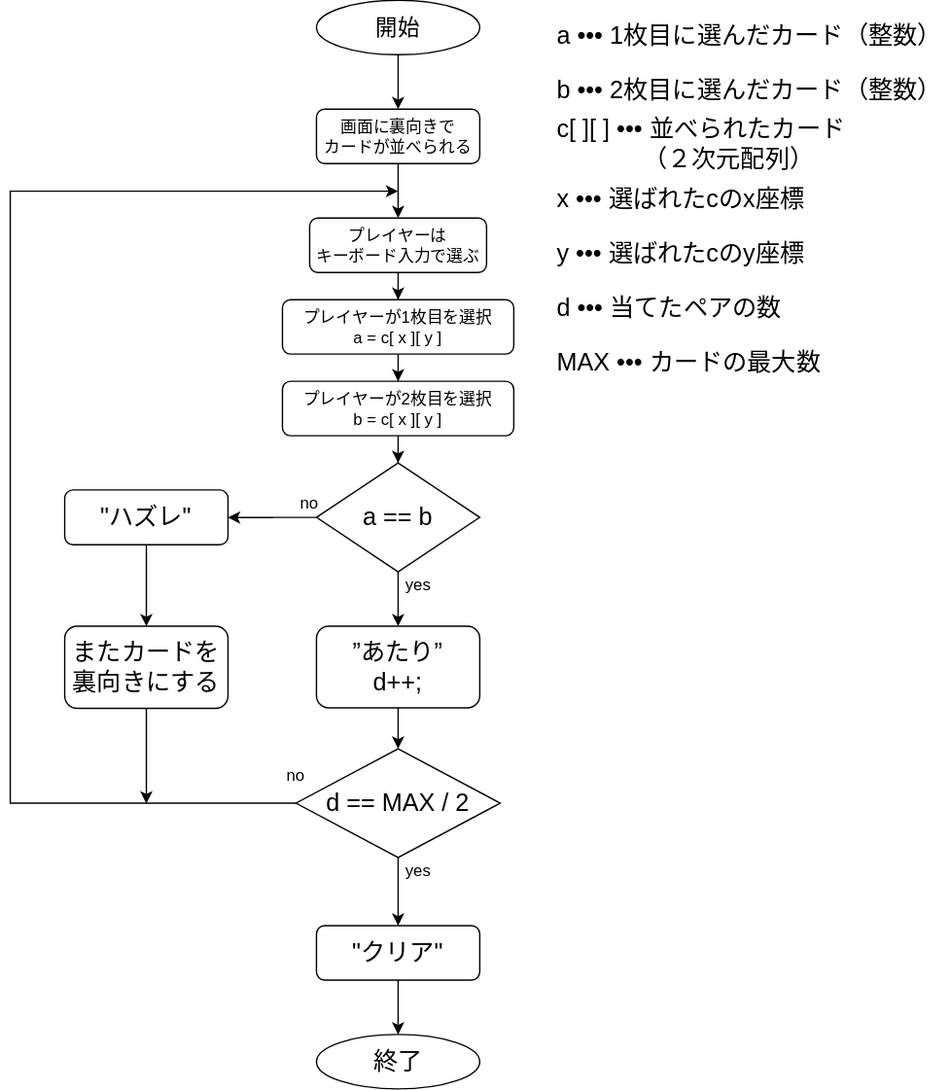
The draw.io diagram NervousBreakdown/神経衰弱.svg in tiru1022/testes, before a commit. Source tidied: cells renumbered, new cells last; positions are measured from the earlier drawing's top-left corner, leaving out a move shared by most shapes.
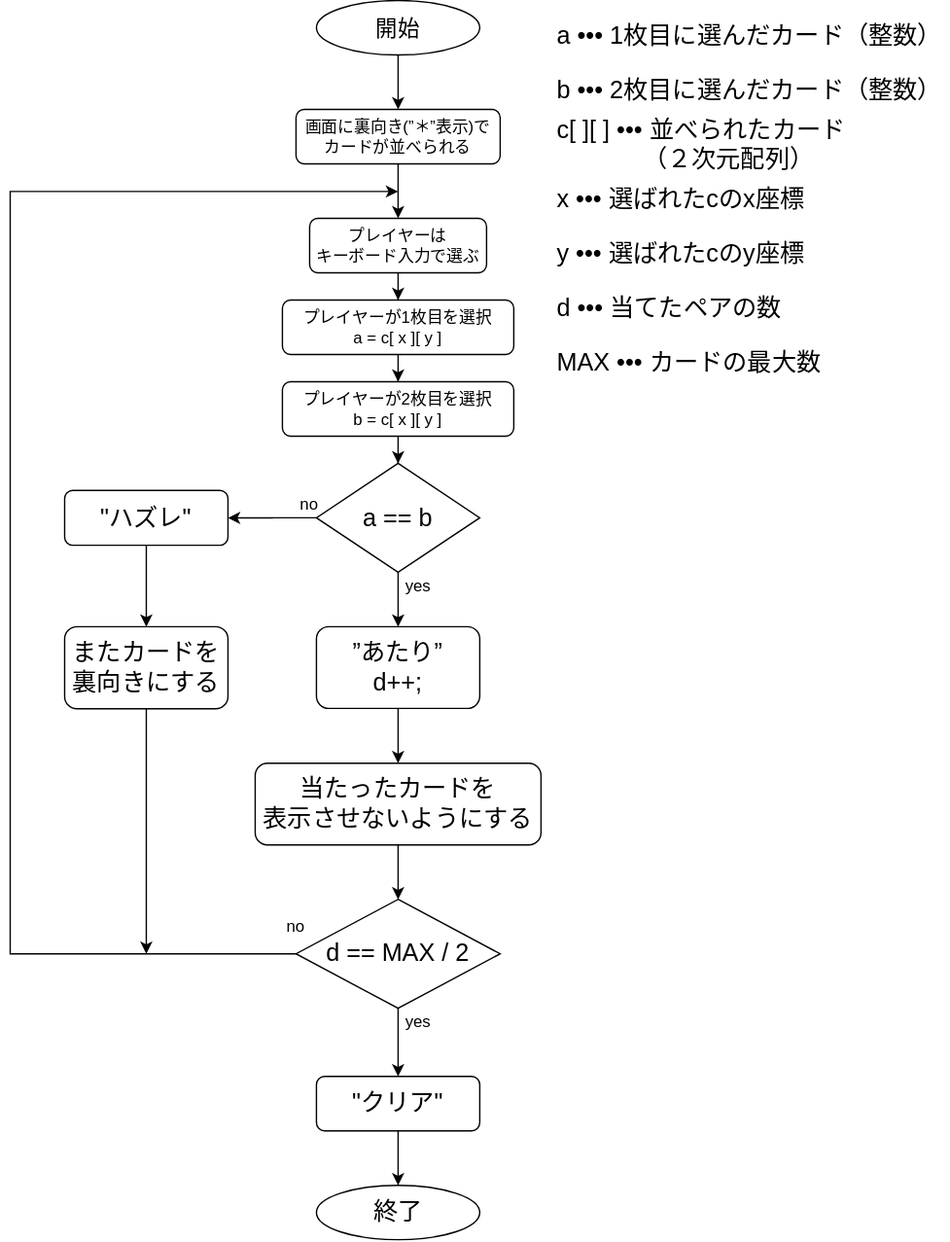
After the change.

Commit message:
フローチャート修正

Change to the diagram source:
```diff
@@ -5,8 +5,8 @@
     <mxCell id="2" style="edgeStyle=orthogonalEdgeStyle;rounded=0;jettySize=auto;html=1;" parent="1" edge="1" source="3" target="5">
       <mxGeometry relative="1" as="geometry" />
     </mxCell>
-    <mxCell id="3" value="画面に裏向きで&lt;br&gt;カードが並べられる" style="rounded=1;whiteSpace=wrap;html=1;fontSize=12;glass=0;strokeWidth=1;shadow=0;" parent="1" vertex="1">
-      <mxGeometry x="225" y="79.7" width="120" height="40" as="geometry" />
+    <mxCell id="3" value="画面に裏向き(”＊”表示)で&lt;br&gt;カードが並べられる" style="rounded=1;whiteSpace=wrap;html=1;fontSize=12;glass=0;strokeWidth=1;shadow=0;" parent="1" vertex="1">
+      <mxGeometry x="210" y="79.7" width="150" height="40" as="geometry" />
     </mxCell>
     <mxCell id="4" style="edgeStyle=orthogonalEdgeStyle;rounded=0;jettySize=auto;html=1;" parent="1" edge="1" source="5" target="7">
       <mxGeometry relative="1" as="geometry" />
@@ -64,7 +64,7 @@
     </mxCell>
     <mxCell id="22" style="edgeStyle=orthogonalEdgeStyle;rounded=0;jettySize=auto;html=1;" parent="1" edge="1" source="23">
       <mxGeometry relative="1" as="geometry">
-        <mxPoint x="100" y="590" as="targetPoint" />
+        <mxPoint x="100" y="700" as="targetPoint" />
       </mxGeometry>
     </mxCell>
     <mxCell id="23" value="&lt;font style=&quot;font-size: 18px&quot;&gt;またカードを裏向きにする&lt;br&gt;&lt;/font&gt;" style="rounded=1;whiteSpace=wrap;html=1;" parent="1" vertex="1">
@@ -73,9 +73,9 @@
     <mxCell id="24" value="&lt;span style=&quot;font-size: 18px&quot;&gt;d ••• 当てたペアの数&lt;/span&gt;" style="text;html=1;strokeColor=none;fillColor=none;align=left;verticalAlign=middle;whiteSpace=wrap;rounded=0;" parent="1" vertex="1">
       <mxGeometry x="400" y="205.6" width="210" height="40" as="geometry" />
     </mxCell>
-    <mxCell id="25" style="edgeStyle=orthogonalEdgeStyle;rounded=0;jettySize=auto;html=1;" parent="1" edge="1" source="26" target="32">
-      <mxGeometry relative="1" as="geometry" />
-    </mxCell>
+    <mxCell id="38" style="edgeStyle=orthogonalEdgeStyle;rounded=0;jettySize=auto;html=1;" parent="1" edge="1" source="26" target="40">
+      <mxGeometry relative="1" as="geometry" />
+    </mxCell>
     <mxCell id="26" value="&lt;font style=&quot;font-size: 18px&quot;&gt;”あたり”&lt;br&gt;d++;&lt;br&gt;&lt;/font&gt;" style="rounded=1;whiteSpace=wrap;html=1;" parent="1" vertex="1">
       <mxGeometry x="225" y="459.7" width="120" height="60" as="geometry" />
     </mxCell>
@@ -92,7 +92,8 @@
       <mxGeometry relative="1" as="geometry">
         <mxPoint x="285" y="140" as="targetPoint" />
         <Array as="points">
-          <mxPoint y="590" />
+          <mxPoint y="700" />
+          <mxPoint y="140" />
         </Array>
       </mxGeometry>
     </mxCell>
@@ -100,22 +101,28 @@
       <mxGeometry relative="1" as="geometry" />
     </mxCell>
     <mxCell id="32" value="&lt;font style=&quot;font-size: 18px&quot;&gt;d == MAX / 2&lt;/font&gt;" style="rhombus;whiteSpace=wrap;html=1;" parent="1" vertex="1">
-      <mxGeometry x="210" y="549.7" width="150" height="80" as="geometry" />
+      <mxGeometry x="210" y="660" width="150" height="80" as="geometry" />
     </mxCell>
     <mxCell id="33" value="no" style="text;html=1;strokeColor=none;fillColor=none;align=center;verticalAlign=middle;whiteSpace=wrap;rounded=0;" parent="1" vertex="1">
-      <mxGeometry x="190" y="559.7" width="40" height="20" as="geometry" />
+      <mxGeometry x="190" y="670" width="40" height="20" as="geometry" />
     </mxCell>
     <mxCell id="34" value="yes" style="text;html=1;strokeColor=none;fillColor=none;align=center;verticalAlign=middle;whiteSpace=wrap;rounded=0;" parent="1" vertex="1">
-      <mxGeometry x="280" y="629.7" width="40" height="20" as="geometry" />
+      <mxGeometry x="280" y="740" width="40" height="20" as="geometry" />
     </mxCell>
     <mxCell id="35" style="edgeStyle=orthogonalEdgeStyle;rounded=0;jettySize=auto;html=1;entryX=0.5;entryY=0;entryDx=0;entryDy=0;" parent="1" edge="1" source="36" target="37">
       <mxGeometry relative="1" as="geometry" />
     </mxCell>
     <mxCell id="36" value="&lt;font style=&quot;font-size: 18px&quot;&gt;&quot;クリア&quot;&lt;/font&gt;" style="rounded=1;whiteSpace=wrap;html=1;" parent="1" vertex="1">
-      <mxGeometry x="225" y="679.7" width="120" height="40" as="geometry" />
+      <mxGeometry x="225" y="790" width="120" height="40" as="geometry" />
     </mxCell>
     <mxCell id="37" value="&lt;font style=&quot;font-size: 18px&quot;&gt;終了&lt;/font&gt;" style="ellipse;whiteSpace=wrap;html=1;" parent="1" vertex="1">
-      <mxGeometry x="225" y="759.7" width="120" height="40" as="geometry" />
+      <mxGeometry x="225" y="870" width="120" height="40" as="geometry" />
     </mxCell>
+    <mxCell id="39" style="edgeStyle=orthogonalEdgeStyle;rounded=0;jettySize=auto;html=1;" parent="1" edge="1" source="40" target="32">
+      <mxGeometry relative="1" as="geometry" />
+    </mxCell>
+    <mxCell id="40" value="&lt;font style=&quot;font-size: 18px&quot;&gt;当たったカードを&lt;br&gt;表示させないようにする&lt;br&gt;&lt;/font&gt;" style="rounded=1;whiteSpace=wrap;html=1;" parent="1" vertex="1">
+      <mxGeometry x="180" y="560" width="210" height="60" as="geometry" />
+    </mxCell>
   </root>
 </mxGraphModel>
```
